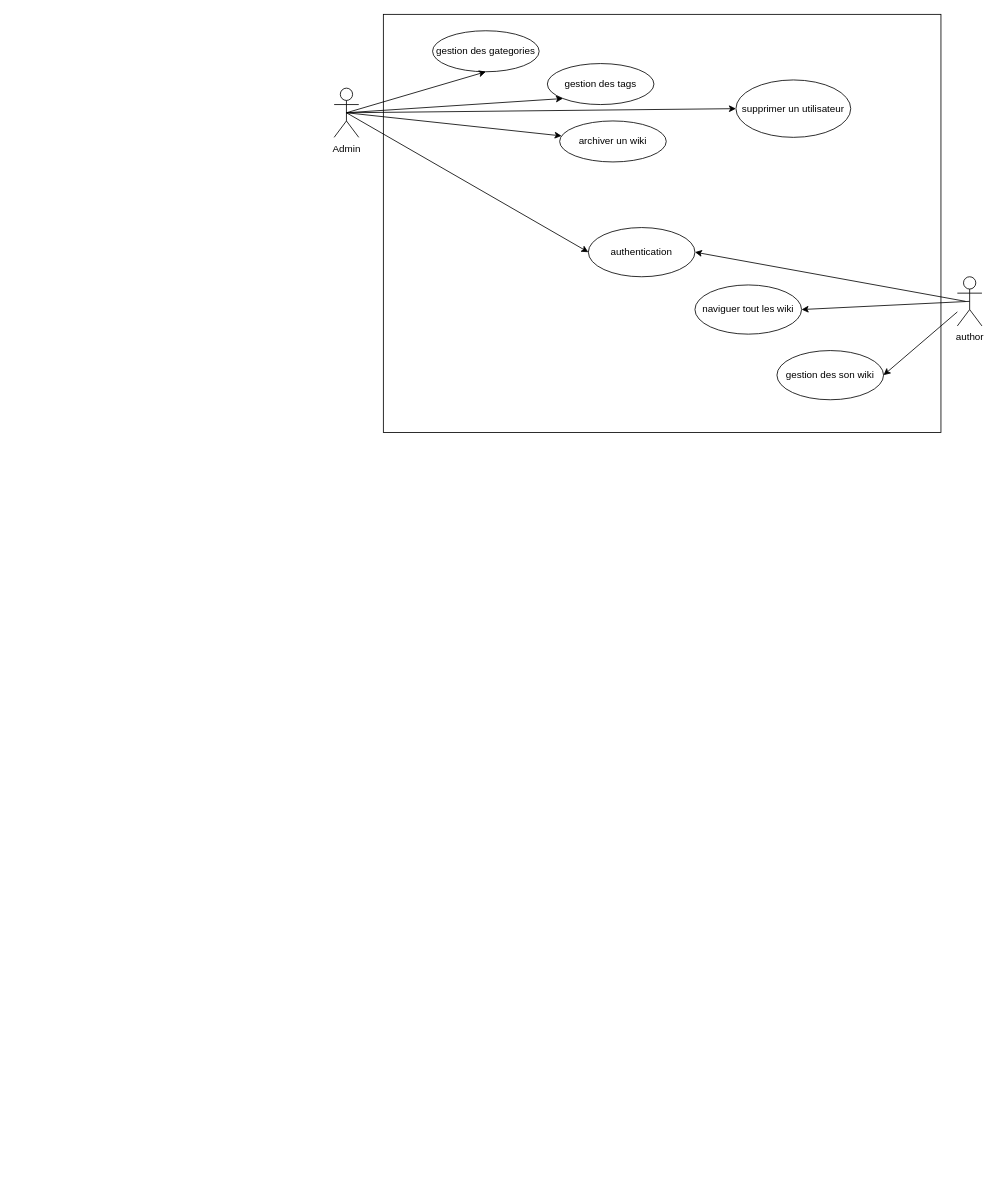
Before: app/connection/useCase.drawio in Fiharali/WIKI, a draw.io diagram. Source tidied: cells renumbered, new cells numbered last; positions are measured from the earlier drawing's top-left corner, leaving out a move shared by most shapes. Both pictures are drawn from the tidied source at 82%, with x=0, y=0 at pixel (334, 14).
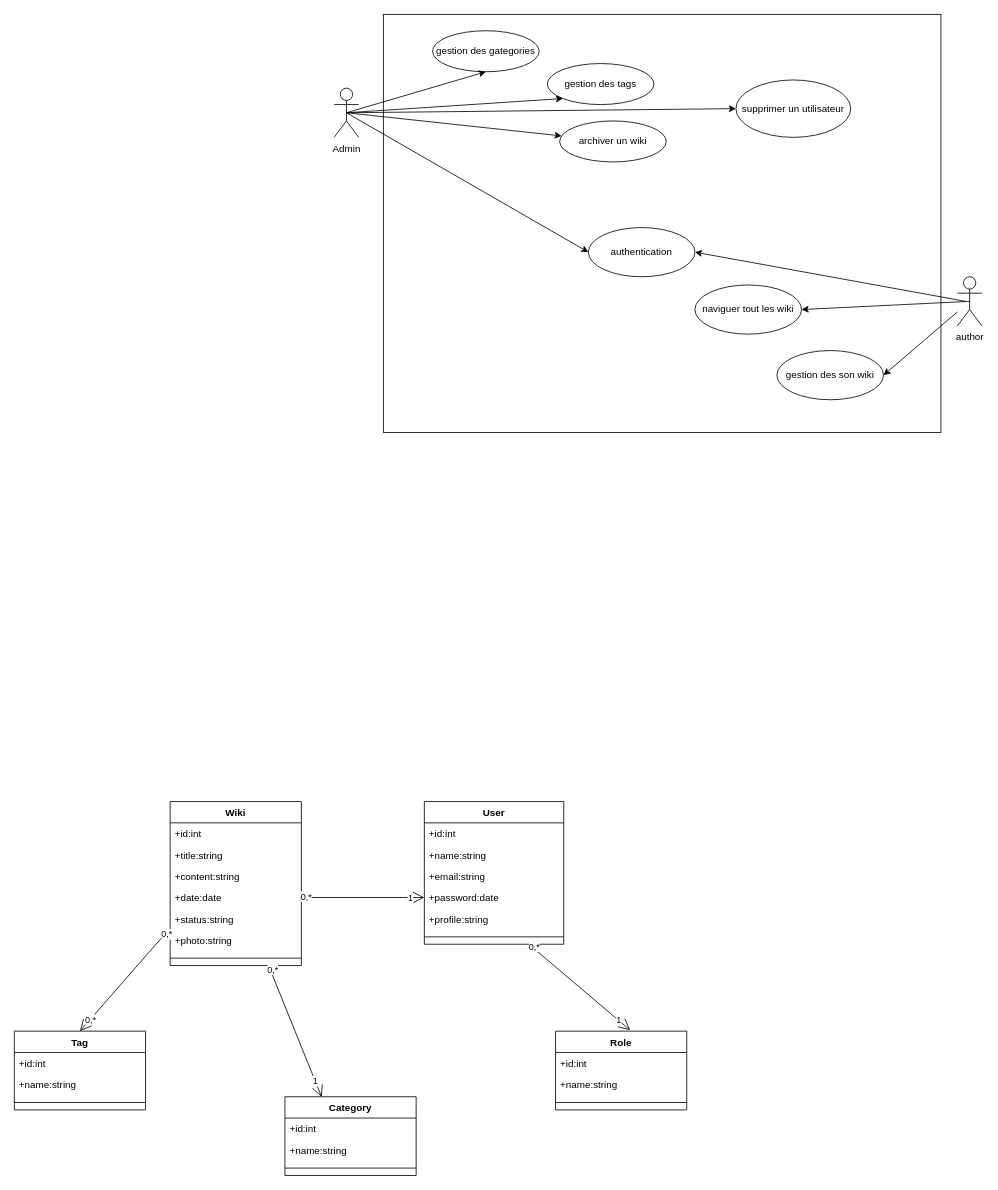
The same page after the edit.

The edit, as a diff of the source:
```diff
@@
+    <mxCell id="20" value="Wiki" style="swimlane;fontStyle=1;align=center;verticalAlign=top;horizontal=1;startSize=26;" parent="1" vertex="1">
+      <mxGeometry x="-200" y="960" width="160" height="200" as="geometry" />
+    </mxCell>
+    <mxCell id="21" value="+id:int" style="text;strokeColor=none;fillColor=none;align=left;verticalAlign=top;spacingLeft=4;spacingRight=4;overflow=hidden;" parent="20" vertex="1">
+      <mxGeometry y="26" width="160" height="26" as="geometry" />
+    </mxCell>
+    <mxCell id="22" value="+title:string" style="text;strokeColor=none;fillColor=none;align=left;verticalAlign=top;spacingLeft=4;spacingRight=4;overflow=hidden;" parent="20" vertex="1">
+      <mxGeometry y="52" width="160" height="26" as="geometry" />
+    </mxCell>
+    <mxCell id="23" value="+content:string" style="text;strokeColor=none;fillColor=none;align=left;verticalAlign=top;spacingLeft=4;spacingRight=4;overflow=hidden;" parent="20" vertex="1">
+      <mxGeometry y="78" width="160" height="26" as="geometry" />
+    </mxCell>
+    <mxCell id="24" value="+date:date" style="text;strokeColor=none;fillColor=none;align=left;verticalAlign=top;spacingLeft=4;spacingRight=4;overflow=hidden;points=[[0,0.5],[1,0.5]];portConstraint=eastwest;" parent="20" vertex="1">
+      <mxGeometry y="104" width="160" height="26" as="geometry" />
+    </mxCell>
+    <mxCell id="25" value="+status:string" style="text;strokeColor=none;fillColor=none;align=left;verticalAlign=top;spacingLeft=4;spacingRight=4;overflow=hidden;" parent="20" vertex="1">
+      <mxGeometry y="130" width="160" height="26" as="geometry" />
+    </mxCell>
+    <mxCell id="26" value="+photo:string" style="text;strokeColor=none;fillColor=none;align=left;verticalAlign=top;spacingLeft=4;spacingRight=4;overflow=hidden;points=[[0,0.5],[1,0.5]];portConstraint=eastwest;" parent="20" vertex="1">
+      <mxGeometry y="156" width="160" height="26" as="geometry" />
+    </mxCell>
+    <mxCell id="27" style="line;strokeWidth=1;fillColor=none;align=left;verticalAlign=middle;spacingTop=-1;spacingLeft=3;spacingRight=3;labelPosition=right;strokeColor=inherit;" parent="20" vertex="1">
+      <mxGeometry y="182" width="160" height="18" as="geometry" />
+    </mxCell>
+    <mxCell id="28" value="User" style="swimlane;fontStyle=1;align=center;verticalAlign=top;horizontal=1;startSize=26;" parent="1" vertex="1">
+      <mxGeometry x="110" y="960" width="170" height="174" as="geometry" />
+    </mxCell>
+    <mxCell id="29" value="+id:int" style="text;strokeColor=none;fillColor=none;align=left;verticalAlign=top;spacingLeft=4;spacingRight=4;overflow=hidden;" parent="28" vertex="1">
+      <mxGeometry y="26" width="170" height="26" as="geometry" />
+    </mxCell>
+    <mxCell id="30" value="+name:string" style="text;strokeColor=none;fillColor=none;align=left;verticalAlign=top;spacingLeft=4;spacingRight=4;overflow=hidden;" parent="28" vertex="1">
+      <mxGeometry y="52" width="170" height="26" as="geometry" />
+    </mxCell>
+    <mxCell id="31" value="+email:string" style="text;strokeColor=none;fillColor=none;align=left;verticalAlign=top;spacingLeft=4;spacingRight=4;overflow=hidden;" parent="28" vertex="1">
+      <mxGeometry y="78" width="170" height="26" as="geometry" />
+    </mxCell>
+    <mxCell id="32" value="+password:date" style="text;strokeColor=none;fillColor=none;align=left;verticalAlign=top;spacingLeft=4;spacingRight=4;overflow=hidden;points=[[0,0.5],[1,0.5]];portConstraint=eastwest;" parent="28" vertex="1">
+      <mxGeometry y="104" width="170" height="26" as="geometry" />
+    </mxCell>
+    <mxCell id="33" value="+profile:string" style="text;strokeColor=none;fillColor=none;align=left;verticalAlign=top;spacingLeft=4;spacingRight=4;overflow=hidden;" parent="28" vertex="1">
+      <mxGeometry y="130" width="170" height="26" as="geometry" />
+    </mxCell>
+    <mxCell id="34" style="line;strokeWidth=1;fillColor=none;align=left;verticalAlign=middle;spacingTop=-1;spacingLeft=3;spacingRight=3;labelPosition=right;strokeColor=inherit;" parent="28" vertex="1">
+      <mxGeometry y="156" width="170" height="18" as="geometry" />
+    </mxCell>
+    <mxCell id="35" value="Role" style="swimlane;fontStyle=1;align=center;verticalAlign=top;horizontal=1;startSize=26;" parent="1" vertex="1">
+      <mxGeometry x="270" y="1240" width="160" height="96" as="geometry" />
+    </mxCell>
+    <mxCell id="36" value="+id:int" style="text;strokeColor=none;fillColor=none;align=left;verticalAlign=top;spacingLeft=4;spacingRight=4;overflow=hidden;" parent="35" vertex="1">
+      <mxGeometry y="26" width="160" height="26" as="geometry" />
+    </mxCell>
+    <mxCell id="37" value="+name:string" style="text;strokeColor=none;fillColor=none;align=left;verticalAlign=top;spacingLeft=4;spacingRight=4;overflow=hidden;" parent="35" vertex="1">
+      <mxGeometry y="52" width="160" height="26" as="geometry" />
+    </mxCell>
+    <mxCell id="38" style="line;strokeWidth=1;fillColor=none;align=left;verticalAlign=middle;spacingTop=-1;spacingLeft=3;spacingRight=3;labelPosition=right;strokeColor=inherit;" parent="35" vertex="1">
+      <mxGeometry y="78" width="160" height="18" as="geometry" />
+    </mxCell>
+    <mxCell id="39" value="Category" style="swimlane;fontStyle=1;align=center;verticalAlign=top;horizontal=1;startSize=26;" parent="1" vertex="1">
+      <mxGeometry x="-60" y="1320" width="160" height="96" as="geometry" />
+    </mxCell>
+    <mxCell id="40" value="+id:int" style="text;strokeColor=none;fillColor=none;align=left;verticalAlign=top;spacingLeft=4;spacingRight=4;overflow=hidden;" parent="39" vertex="1">
+      <mxGeometry y="26" width="160" height="26" as="geometry" />
+    </mxCell>
+    <mxCell id="41" value="+name:string" style="text;strokeColor=none;fillColor=none;align=left;verticalAlign=top;spacingLeft=4;spacingRight=4;overflow=hidden;" parent="39" vertex="1">
+      <mxGeometry y="52" width="160" height="26" as="geometry" />
+    </mxCell>
+    <mxCell id="42" style="line;strokeWidth=1;fillColor=none;align=left;verticalAlign=middle;spacingTop=-1;spacingLeft=3;spacingRight=3;labelPosition=right;strokeColor=inherit;" parent="39" vertex="1">
+      <mxGeometry y="78" width="160" height="18" as="geometry" />
+    </mxCell>
+    <mxCell id="43" value="Tag" style="swimlane;fontStyle=1;align=center;verticalAlign=top;horizontal=1;startSize=26;" parent="1" vertex="1">
+      <mxGeometry x="-390" y="1240" width="160" height="96" as="geometry" />
+    </mxCell>
+    <mxCell id="44" value="+id:int" style="text;strokeColor=none;fillColor=none;align=left;verticalAlign=top;spacingLeft=4;spacingRight=4;overflow=hidden;" parent="43" vertex="1">
+      <mxGeometry y="26" width="160" height="26" as="geometry" />
+    </mxCell>
+    <mxCell id="45" value="+name:string" style="text;strokeColor=none;fillColor=none;align=left;verticalAlign=top;spacingLeft=4;spacingRight=4;overflow=hidden;" parent="43" vertex="1">
+      <mxGeometry y="52" width="160" height="26" as="geometry" />
+    </mxCell>
+    <mxCell id="46" style="line;strokeWidth=1;fillColor=none;align=left;verticalAlign=middle;spacingTop=-1;spacingLeft=3;spacingRight=3;labelPosition=right;strokeColor=inherit;" parent="43" vertex="1">
+      <mxGeometry y="78" width="160" height="18" as="geometry" />
+    </mxCell>
+    <mxCell id="47" style="endArrow=open;endFill=1;endSize=12;html=1;exitX=1;exitY=0.5;exitDx=0;exitDy=0;entryX=0;entryY=0.5;entryDx=0;entryDy=0;" parent="1" edge="1" source="24" target="32">
+      <mxGeometry relative="1" as="geometry" />
+    </mxCell>
+    <mxCell id="48" value="0,*" style="edgeLabel;html=1;align=center;verticalAlign=middle;" parent="47" vertex="1">
+      <mxGeometry x="-0.93" y="2" relative="1" as="geometry" />
+    </mxCell>
+    <mxCell id="49" value="1" style="edgeLabel;html=1;align=center;verticalAlign=middle;" parent="47" vertex="1">
+      <mxGeometry x="0.76" relative="1" as="geometry" />
+    </mxCell>
+    <mxCell id="50" style="endArrow=open;endFill=1;endSize=12;html=1;exitX=0.75;exitY=1;exitDx=0;exitDy=0;entryX=0.569;entryY=-0.012;entryDx=0;entryDy=0;entryPerimeter=0;" parent="1" edge="1" source="28" target="35">
+      <mxGeometry relative="1" as="geometry" />
+    </mxCell>
+    <mxCell id="51" value="0,*" style="edgeLabel;html=1;align=center;verticalAlign=middle;" parent="50" vertex="1">
+      <mxGeometry x="-0.93" y="2" relative="1" as="geometry" />
+    </mxCell>
+    <mxCell id="52" value="1" style="edgeLabel;html=1;align=center;verticalAlign=middle;" parent="50" vertex="1">
+      <mxGeometry x="0.76" relative="1" as="geometry" />
+    </mxCell>
+    <mxCell id="53" style="endArrow=open;endFill=1;endSize=12;html=1;exitX=-0.01;exitY=0.006;exitDx=0;exitDy=0;entryX=0.5;entryY=0;entryDx=0;entryDy=0;exitPerimeter=0;" parent="1" edge="1" source="26" target="43">
+      <mxGeometry relative="1" as="geometry" />
+    </mxCell>
+    <mxCell id="54" value="0,*" style="edgeLabel;html=1;align=center;verticalAlign=middle;" parent="53" vertex="1">
+      <mxGeometry x="-0.93" y="2" relative="1" as="geometry" />
+    </mxCell>
+    <mxCell id="55" value="0,*" style="edgeLabel;html=1;align=center;verticalAlign=middle;" parent="53" vertex="1">
+      <mxGeometry x="0.76" relative="1" as="geometry" />
+    </mxCell>
+    <mxCell id="56" style="endArrow=open;endFill=1;endSize=12;html=1;exitX=0.75;exitY=1;exitDx=0;exitDy=0;entryX=0.28;entryY=0.004;entryDx=0;entryDy=0;entryPerimeter=0;" parent="1" edge="1" source="20" target="39">
+      <mxGeometry relative="1" as="geometry" />
+    </mxCell>
+    <mxCell id="57" value="0,*" style="edgeLabel;html=1;align=center;verticalAlign=middle;" parent="56" vertex="1">
+      <mxGeometry x="-0.93" y="2" relative="1" as="geometry" />
+    </mxCell>
+    <mxCell id="58" value="1" style="edgeLabel;html=1;align=center;verticalAlign=middle;" parent="56" vertex="1">
+      <mxGeometry x="0.76" relative="1" as="geometry" />
+    </mxCell>
```
